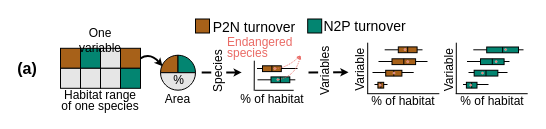
LLeiSong/SClimpact keeps this draw.io diagram as docs/fig1_flow.drawio. Above is the earlier version. Source tidied: cells renumbered, new cells numbered last; positions are measured from the earlier drawing's top-left corner, leaving out a move shared by most shapes. Both pictures are drawn from the tidied source at 100%, with x=0, y=0 at pixel (17, 18).
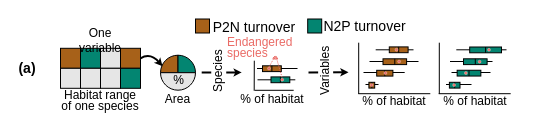
After the change.

Commit message (it also covers changes not shown here):
Really finish figure 1-3

Unchanged cells that the change refers to:
```xml
<mxCell id="27" value="&lt;div style=&quot;line-height: 90%;&quot;&gt;Endangered species&lt;/div&gt;" style="text;html=1;align=left;verticalAlign=middle;whiteSpace=wrap;rounded=0;fontFamily=Merriweather;fontColor=#EA6B66;" parent="1" vertex="1">
  <mxGeometry x="208.3" y="21.9" width="99.7" height="14.8" as="geometry" />
</mxCell>
<mxCell id="37" style="rounded=0;whiteSpace=wrap;html=1;spacing=2;fillColor=light-dark(#038571,#272727);strokeColor=default;rotation=90;" parent="1" vertex="1">
  <mxGeometry x="260" y="51.9" width="5.8" height="18.8" as="geometry" />
</mxCell>
```

What changed in the source:
```diff
@@
     <mxCell id="28" style="endArrow=none;html=1;rounded=0;" parent="1" edge="1">
       <mxGeometry relative="1" as="geometry">
-        <mxPoint x="350.2" y="75.4" as="sourcePoint" />
-        <mxPoint x="350.2" y="24.2" as="targetPoint" />
+        <mxPoint x="341.2" y="75.4" as="sourcePoint" />
+        <mxPoint x="341.2" y="24.2" as="targetPoint" />
       </mxGeometry>
     </mxCell>
-    <mxCell id="29" value="Variable" style="text;html=1;align=center;verticalAlign=middle;whiteSpace=wrap;rounded=0;fontFamily=Merriweather;rotation=-90;" parent="1" vertex="1">
-      <mxGeometry x="322.8" y="46.3" width="40" height="10.4" as="geometry" />
-    </mxCell>
     <mxCell id="30" style="endArrow=none;html=1;rounded=0;exitX=0;exitY=0;exitDx=0;exitDy=0;" parent="1" edge="1">
       <mxGeometry relative="1" as="geometry">
-        <mxPoint x="349.8" y="75.2" as="sourcePoint" />
-        <mxPoint x="421.8" y="75.2" as="targetPoint" />
+        <mxPoint x="340.8" y="75.2" as="sourcePoint" />
+        <mxPoint x="412.8" y="75.2" as="targetPoint" />
       </mxGeometry>
     </mxCell>
@@
     <mxCell id="39" style="ellipse;whiteSpace=wrap;html=1;strokeColor=#FFFFFF;fillColor=#EA6B66;strokeWidth=0.3;fontColor=#EA6B66;" parent="1" vertex="1">
-      <mxGeometry x="256.2" y="49" width="2.2" height="2.2" as="geometry" />
+      <mxGeometry x="250" y="48.5" width="3" height="3" as="geometry" />
     </mxCell>
     <mxCell id="40" style="ellipse;whiteSpace=wrap;html=1;strokeColor=#FFFFFF;fillColor=#EA6B66;strokeWidth=0.3;fontColor=#EA6B66;" parent="1" vertex="1">
-      <mxGeometry x="259.2" y="60" width="2.2" height="2.2" as="geometry" />
+      <mxGeometry x="263.2" y="59.7" width="3" height="3" as="geometry" />
     </mxCell>
     <mxCell id="41" value="% of habitat" style="text;html=1;align=center;verticalAlign=middle;whiteSpace=wrap;rounded=0;fontFamily=Merriweather;rotation=0;" parent="1" vertex="1">
-      <mxGeometry x="353.2" y="77.2" width="65.8" height="12" as="geometry" />
+      <mxGeometry x="344.2" y="77.2" width="65.8" height="12" as="geometry" />
     </mxCell>
-    <mxCell id="42" style="curved=1;endArrow=classicThin;html=1;rounded=0;entryX=0.75;entryY=1;entryDx=0;entryDy=0;exitX=1;exitY=0.5;exitDx=0;exitDy=0;endSize=2;startSize=2;endFill=0;dashed=1;dashPattern=1 1;strokeColor=#EA6B66;" parent="1" edge="1" source="39" target="27">
-      <mxGeometry relative="1" as="geometry">
-        <Array as="points">
-          <mxPoint x="270" y="49" />
-        </Array>
-      </mxGeometry>
+    <mxCell id="42" style="endArrow=classicThin;html=1;rounded=0;entryX=0.5;entryY=1;entryDx=0;entryDy=0;exitX=0.5;exitY=0;exitDx=0;exitDy=0;endSize=2;startSize=2;endFill=0;dashed=1;dashPattern=1 1;strokeColor=#EA6B66;" parent="1" edge="1" source="39" target="27">
+      <mxGeometry relative="1" as="geometry" />
     </mxCell>
-    <mxCell id="43" style="curved=1;endArrow=classicThin;html=1;rounded=0;entryX=0.75;entryY=1;entryDx=0;entryDy=0;exitX=1;exitY=0.5;exitDx=0;exitDy=0;endSize=2;startSize=2;endFill=0;dashed=1;dashPattern=1 1;strokeColor=#EA6B66;" parent="1" edge="1" source="40" target="27">
-      <mxGeometry relative="1" as="geometry">
-        <Array as="points">
-          <mxPoint x="270" y="59" />
-          <mxPoint x="280" y="49" />
-        </Array>
-      </mxGeometry>
-    </mxCell>
     <mxCell id="44" style="endArrow=none;html=1;rounded=0;" parent="1" edge="1">
       <mxGeometry relative="1" as="geometry">
-        <mxPoint x="367.2" y="31.3" as="sourcePoint" />
-        <mxPoint x="405" y="31.3" as="targetPoint" />
+        <mxPoint x="358.2" y="31.3" as="sourcePoint" />
+        <mxPoint x="396" y="31.3" as="targetPoint" />
       </mxGeometry>
     </mxCell>
     <mxCell id="45" style="rounded=0;whiteSpace=wrap;html=1;spacing=2;fillColor=light-dark(#A76119,#272727);strokeColor=default;rotation=90;" parent="1" vertex="1">
-      <mxGeometry x="387.3" y="21.9" width="5.8" height="18.8" as="geometry" />
+      <mxGeometry x="378.3" y="21.9" width="5.8" height="18.8" as="geometry" />
     </mxCell>
@@
     <mxCell id="47" style="ellipse;whiteSpace=wrap;html=1;strokeColor=#FFFFFF;fillColor=#EA6B66;strokeWidth=0.3;fontColor=#EA6B66;" parent="1" vertex="1">
-      <mxGeometry x="386.5" y="30" width="2.2" height="2.2" as="geometry" />
+      <mxGeometry x="377.5" y="29.7" width="3" height="3" as="geometry" />
     </mxCell>
     <mxCell id="48" style="endArrow=none;html=1;rounded=0;" parent="1" edge="1">
       <mxGeometry relative="1" as="geometry">
-        <mxPoint x="361" y="43" as="sourcePoint" />
-        <mxPoint x="410" y="43" as="targetPoint" />
+        <mxPoint x="352" y="43" as="sourcePoint" />
+        <mxPoint x="401" y="43" as="targetPoint" />
       </mxGeometry>
     </mxCell>
     <mxCell id="49" style="rounded=0;whiteSpace=wrap;html=1;spacing=2;fillColor=light-dark(#A76119,#272727);strokeColor=default;rotation=90;" parent="1" vertex="1">
-      <mxGeometry x="383.4" y="31.4" width="5.8" height="23.6" as="geometry" />
+      <mxGeometry x="374.4" y="31.4" width="5.8" height="23.6" as="geometry" />
     </mxCell>
@@
     <mxCell id="51" style="ellipse;whiteSpace=wrap;html=1;strokeColor=#FFFFFF;fillColor=#EA6B66;strokeWidth=0.3;fontColor=#EA6B66;" parent="1" vertex="1">
-      <mxGeometry x="389.1" y="42.1" width="2.2" height="2.2" as="geometry" />
+      <mxGeometry x="380.1" y="41.5" width="3" height="3" as="geometry" />
     </mxCell>
     <mxCell id="52" style="endArrow=none;html=1;rounded=0;" parent="1" edge="1">
       <mxGeometry relative="1" as="geometry">
-        <mxPoint x="355" y="54" as="sourcePoint" />
-        <mxPoint x="396.2" y="54" as="targetPoint" />
+        <mxPoint x="346" y="54" as="sourcePoint" />
+        <mxPoint x="387.2" y="54" as="targetPoint" />
       </mxGeometry>
     </mxCell>
     <mxCell id="53" style="rounded=0;whiteSpace=wrap;html=1;spacing=2;fillColor=light-dark(#A76119,#272727);strokeColor=default;rotation=90;" parent="1" vertex="1">
-      <mxGeometry x="373.4" y="46.6" width="5.8" height="16.2" as="geometry" />
+      <mxGeometry x="364.4" y="46.6" width="5.8" height="16.2" as="geometry" />
     </mxCell>
@@
     <mxCell id="55" style="ellipse;whiteSpace=wrap;html=1;strokeColor=#FFFFFF;fillColor=#EA6B66;strokeWidth=0.3;fontColor=#EA6B66;" parent="1" vertex="1">
-      <mxGeometry x="375.4" y="53.5" width="2.2" height="2.2" as="geometry" />
+      <mxGeometry x="366.4" y="53" width="3" height="3" as="geometry" />
     </mxCell>
     <mxCell id="56" style="endArrow=none;html=1;rounded=0;" parent="1" edge="1">
       <mxGeometry relative="1" as="geometry">
-        <mxPoint x="357" y="66" as="sourcePoint" />
-        <mxPoint x="370" y="66" as="targetPoint" />
+        <mxPoint x="348" y="66" as="sourcePoint" />
+        <mxPoint x="361" y="66" as="targetPoint" />
       </mxGeometry>
     </mxCell>
     <mxCell id="57" style="rounded=0;whiteSpace=wrap;html=1;spacing=2;fillColor=light-dark(#A76119,#272727);strokeColor=default;rotation=90;" parent="1" vertex="1">
-      <mxGeometry x="360.4" y="63.8" width="5.8" height="5.8" as="geometry" />
+      <mxGeometry x="351.4" y="63.8" width="5.8" height="5.8" as="geometry" />
     </mxCell>
@@
     <mxCell id="59" style="ellipse;whiteSpace=wrap;html=1;strokeColor=#FFFFFF;fillColor=#EA6B66;strokeWidth=0.3;fontColor=#EA6B66;" parent="1" vertex="1">
-      <mxGeometry x="361.6" y="65.6" width="2.2" height="2.2" as="geometry" />
+      <mxGeometry x="352.6" y="65" width="3" height="3" as="geometry" />
     </mxCell>
     <mxCell id="60" style="endArrow=none;html=1;rounded=0;" parent="1" edge="1">
       <mxGeometry relative="1" as="geometry">
-        <mxPoint x="438.8" y="75.4" as="sourcePoint" />
-        <mxPoint x="438.8" y="24.2" as="targetPoint" />
+        <mxPoint x="421.8" y="75.4" as="sourcePoint" />
+        <mxPoint x="421.8" y="24.2" as="targetPoint" />
       </mxGeometry>
     </mxCell>
-    <mxCell id="61" value="Variable" style="text;html=1;align=center;verticalAlign=middle;whiteSpace=wrap;rounded=0;fontFamily=Merriweather;rotation=-90;" parent="1" vertex="1">
-      <mxGeometry x="411.2" y="46.3" width="40" height="10.4" as="geometry" />
-    </mxCell>
     <mxCell id="62" style="endArrow=none;html=1;rounded=0;exitX=0;exitY=0;exitDx=0;exitDy=0;" parent="1" edge="1">
       <mxGeometry relative="1" as="geometry">
-        <mxPoint x="438.2" y="75.2" as="sourcePoint" />
-        <mxPoint x="510.2" y="75.2" as="targetPoint" />
+        <mxPoint x="421.2" y="75.2" as="sourcePoint" />
+        <mxPoint x="493.2" y="75.2" as="targetPoint" />
       </mxGeometry>
     </mxCell>
     <mxCell id="63" value="% of habitat" style="text;html=1;align=center;verticalAlign=middle;whiteSpace=wrap;rounded=0;fontFamily=Merriweather;rotation=0;" parent="1" vertex="1">
-      <mxGeometry x="441.8" y="77.2" width="65.8" height="12" as="geometry" />
+      <mxGeometry x="424.8" y="77.2" width="65.8" height="12" as="geometry" />
     </mxCell>
     <mxCell id="64" style="endArrow=none;html=1;rounded=0;" parent="1" edge="1">
       <mxGeometry relative="1" as="geometry">
-        <mxPoint x="455.8" y="31.3" as="sourcePoint" />
-        <mxPoint x="506" y="31.3" as="targetPoint" />
+        <mxPoint x="438.8" y="31.3" as="sourcePoint" />
+        <mxPoint x="489" y="31.3" as="targetPoint" />
       </mxGeometry>
     </mxCell>
     <mxCell id="65" style="rounded=0;whiteSpace=wrap;html=1;spacing=2;fillColor=light-dark(#038571,#272727);strokeColor=default;rotation=90;" parent="1" vertex="1">
-      <mxGeometry x="482.2" y="15.5" width="5.8" height="31.8" as="geometry" />
+      <mxGeometry x="465.2" y="15.5" width="5.8" height="31.8" as="geometry" />
     </mxCell>
@@
     <mxCell id="67" style="ellipse;whiteSpace=wrap;html=1;strokeColor=#FFFFFF;fillColor=#EA6B66;strokeWidth=0.3;fontColor=#EA6B66;" parent="1" vertex="1">
-      <mxGeometry x="487" y="30" width="2.2" height="2.2" as="geometry" />
+      <mxGeometry x="470" y="29.8" width="3" height="3" as="geometry" />
     </mxCell>
     <mxCell id="68" style="endArrow=none;html=1;rounded=0;" parent="1" edge="1">
       <mxGeometry relative="1" as="geometry">
-        <mxPoint x="449.5" y="43" as="sourcePoint" />
-        <mxPoint x="492" y="43" as="targetPoint" />
+        <mxPoint x="432.5" y="43" as="sourcePoint" />
+        <mxPoint x="475" y="43" as="targetPoint" />
       </mxGeometry>
     </mxCell>
     <mxCell id="69" style="rounded=0;whiteSpace=wrap;html=1;spacing=2;fillColor=light-dark(#038571,#272727);strokeColor=default;rotation=90;" parent="1" vertex="1">
-      <mxGeometry x="471.9" y="31.4" width="5.8" height="23.6" as="geometry" />
+      <mxGeometry x="454.9" y="31.4" width="5.8" height="23.6" as="geometry" />
     </mxCell>
@@
     <mxCell id="71" style="ellipse;whiteSpace=wrap;html=1;strokeColor=#FFFFFF;fillColor=#EA6B66;strokeWidth=0.3;fontColor=#EA6B66;" parent="1" vertex="1">
-      <mxGeometry x="477.6" y="42.1" width="2.2" height="2.2" as="geometry" />
+      <mxGeometry x="460.6" y="41.7" width="3" height="3" as="geometry" />
     </mxCell>
     <mxCell id="72" style="endArrow=none;html=1;rounded=0;" parent="1" edge="1">
       <mxGeometry relative="1" as="geometry">
-        <mxPoint x="451" y="54" as="sourcePoint" />
-        <mxPoint x="490" y="54" as="targetPoint" />
+        <mxPoint x="434" y="54" as="sourcePoint" />
+        <mxPoint x="473" y="54" as="targetPoint" />
       </mxGeometry>
     </mxCell>
     <mxCell id="73" style="rounded=0;whiteSpace=wrap;html=1;spacing=2;fillColor=light-dark(#038571,#272727);strokeColor=default;rotation=90;" parent="1" vertex="1">
-      <mxGeometry x="465.6" y="42.8" width="5.8" height="23.7" as="geometry" />
+      <mxGeometry x="448.6" y="42.8" width="5.8" height="23.7" as="geometry" />
     </mxCell>
@@
     <mxCell id="75" style="ellipse;whiteSpace=wrap;html=1;strokeColor=#FFFFFF;fillColor=#EA6B66;strokeWidth=0.3;fontColor=#EA6B66;" parent="1" vertex="1">
-      <mxGeometry x="463.9" y="53.5" width="2.2" height="2.2" as="geometry" />
+      <mxGeometry x="446.9" y="53" width="3" height="3" as="geometry" />
     </mxCell>
     <mxCell id="76" style="endArrow=none;html=1;rounded=0;" parent="1" edge="1">
       <mxGeometry relative="1" as="geometry">
-        <mxPoint x="445.5" y="66" as="sourcePoint" />
-        <mxPoint x="471" y="66" as="targetPoint" />
+        <mxPoint x="428.5" y="66" as="sourcePoint" />
+        <mxPoint x="454" y="66" as="targetPoint" />
       </mxGeometry>
     </mxCell>
     <mxCell id="77" style="rounded=0;whiteSpace=wrap;html=1;spacing=2;fillColor=light-dark(#038571,#272727);strokeColor=default;rotation=90;" parent="1" vertex="1">
-      <mxGeometry x="451.3" y="61.4" width="5.8" height="10.6" as="geometry" />
+      <mxGeometry x="434.3" y="61.4" width="5.8" height="10.6" as="geometry" />
     </mxCell>
@@
     <mxCell id="79" style="ellipse;whiteSpace=wrap;html=1;strokeColor=#FFFFFF;fillColor=#EA6B66;strokeWidth=0.3;fontColor=#EA6B66;" parent="1" vertex="1">
-      <mxGeometry x="452.1" y="65.6" width="2.2" height="2.2" as="geometry" />
+      <mxGeometry x="435.1" y="65" width="3" height="3" as="geometry" />
     </mxCell>
-    <mxCell id="80" value="(a)" style="text;html=1;align=center;verticalAlign=middle;whiteSpace=wrap;rounded=0;fontFamily=Merriweather;spacing=0;fontStyle=1;fontSize=16;" parent="1" vertex="1">
+    <mxCell id="80" value="(a)" style="text;html=1;align=center;verticalAlign=middle;whiteSpace=wrap;rounded=0;fontFamily=Merriweather;spacing=0;fontStyle=1;fontSize=14;" parent="1" vertex="1">
       <mxGeometry y="40.8" width="20" height="18" as="geometry" />
     </mxCell>
+    <mxCell id="81" style="endArrow=classicThin;html=1;rounded=0;entryX=0.5;entryY=1;entryDx=0;entryDy=0;exitX=0.334;exitY=0.391;exitDx=0;exitDy=0;endSize=2;startSize=2;endFill=0;dashed=1;dashPattern=1 1;strokeColor=#EA6B66;exitPerimeter=0;" parent="1" edge="1" source="37" target="27">
+      <mxGeometry relative="1" as="geometry" />
+    </mxCell>
```
